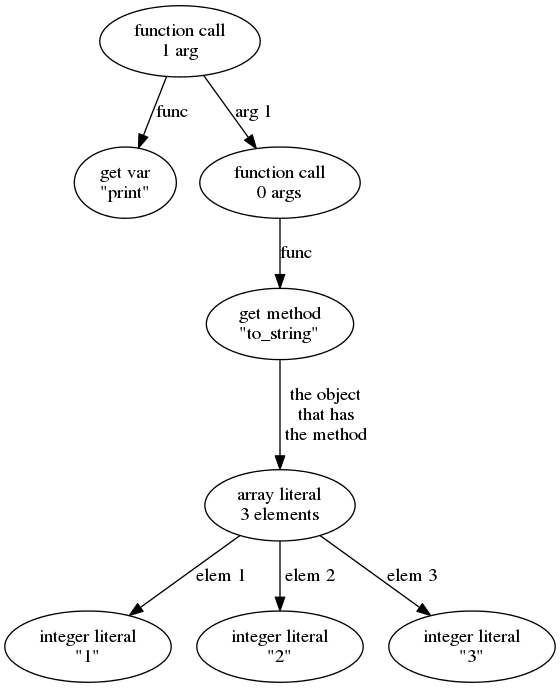
Akuli/odotdot keeps this Graphviz diagram as docs/syntax-spec-ast.png. Above is the earlier version. Its source is kept beside it as docs/syntax-spec-ast.dot.
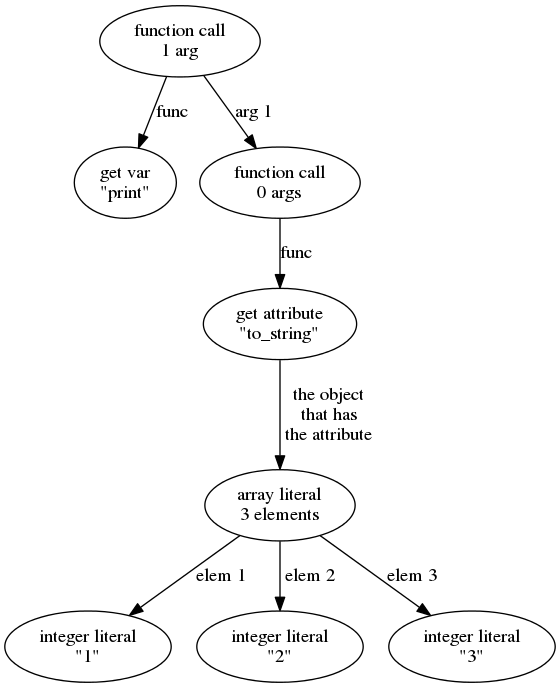
After the change.

Change to the diagram source:
```diff
@@ -8,7 +8,7 @@
     print [ label="get var\n\"print\"" ];
     printcall [ label="function call\n1 arg" ];
     tostringcall [ label="function call\n0 args" ];
-    tostring [ label="get method\n\"to_string\"" ];
+    tostring [ label="get attribute\n\"to_string\"" ];
     array [ label="array literal\n3 elements"];
     one [ label="integer literal\n\"1\"" ];
     two [ label="integer literal\n\"2\"" ];
@@ -17,7 +17,7 @@
     printcall -> print [label="func"];
     printcall -> tostringcall [label="arg 1"];
     tostringcall -> tostring [label="func"];
-    tostring -> array [label=" the object\n that has\n the method"];
+    tostring -> array [label=" the object\n that has\n the attribute"];
     array -> one [label="elem 1"];
     array -> two [label=" elem 2"];
     array -> three [label="elem 3"];
```
